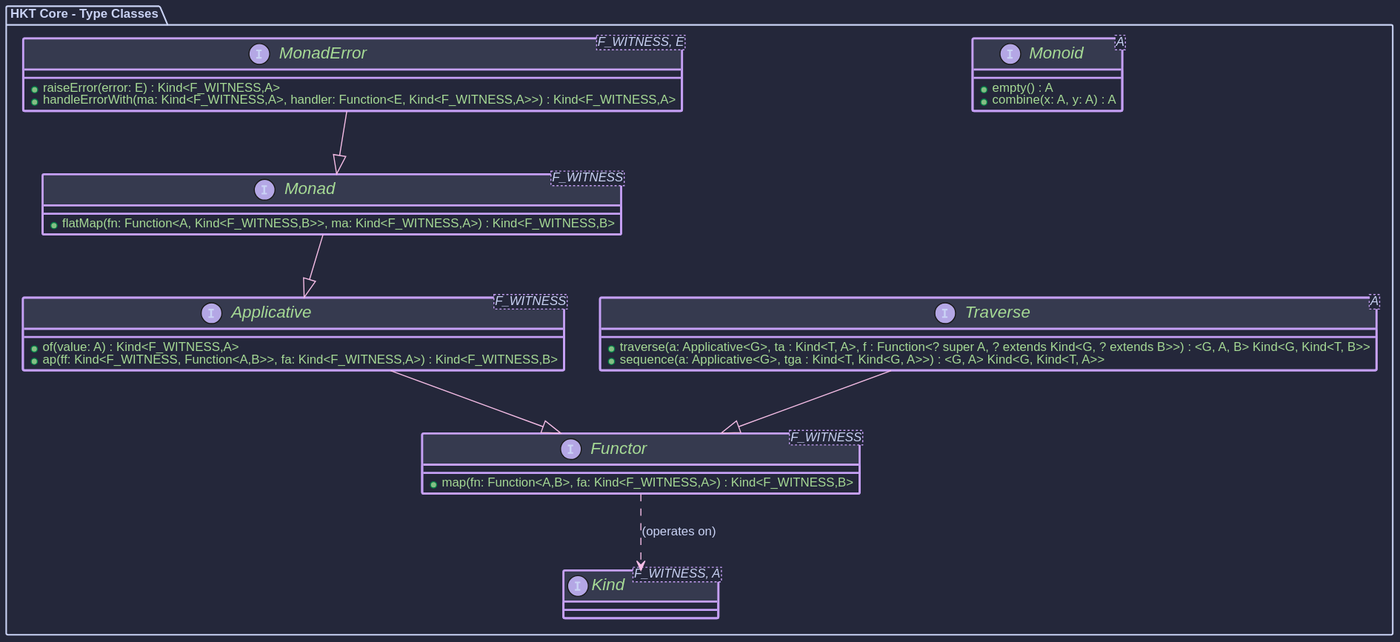
The PlantUML diagram hkj-book/src/images/puml/core_typeclasses.svg in higher-kinded-j/higher-kinded-j, before a commit.
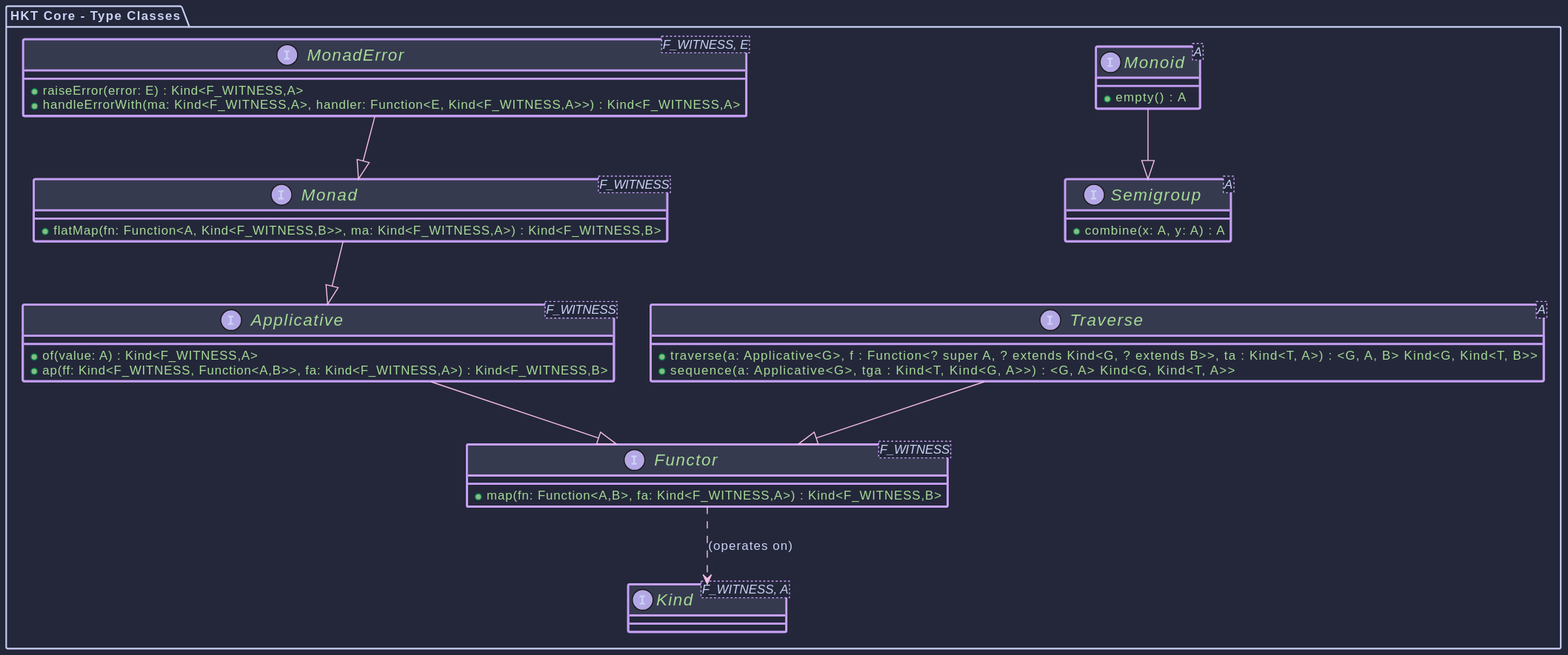
After the commit.

Change to the diagram source:
```diff
@@ -20,13 +20,16 @@
         + handleErrorWith(ma: Kind<F_WITNESS,A>, handler: Function<E, Kind<F_WITNESS,A>>) : Kind<F_WITNESS,A>
     }
 
-    interface "Monoid<A>" as Monoid {
-        + empty() : A
+    interface "Semigroup<A>" as Semigroup {
         + combine(x: A, y: A) : A
     }
 
+    interface "Monoid<A>" as Monoid {
+        + empty() : A
+    }
+
      interface "Traverse<A>" as Traverse {
-        + traverse(a: Applicative<G>, ta : Kind<T, A>, f : Function<? super A, ? extends Kind<G, ? extends B>>) : <G, A, B> Kind<G, Kind<T, B>>
+        + traverse(a: Applicative<G>, f : Function<? super A, ? extends Kind<G, ? extends B>>, ta : Kind<T, A>) : <G, A, B> Kind<G, Kind<T, B>>
         + sequence(a: Applicative<G>, tga : Kind<T, Kind<G, A>>) : <G, A> Kind<G, Kind<T, A>>
      }
 
@@ -34,10 +37,8 @@
     Applicative --|> Functor
     Monad --|> Applicative
     MonadError --|> Monad
+    Monoid --|> Semigroup
     Traverse --|> Functor
-
-
-}
 
 }
 @enduml
```
